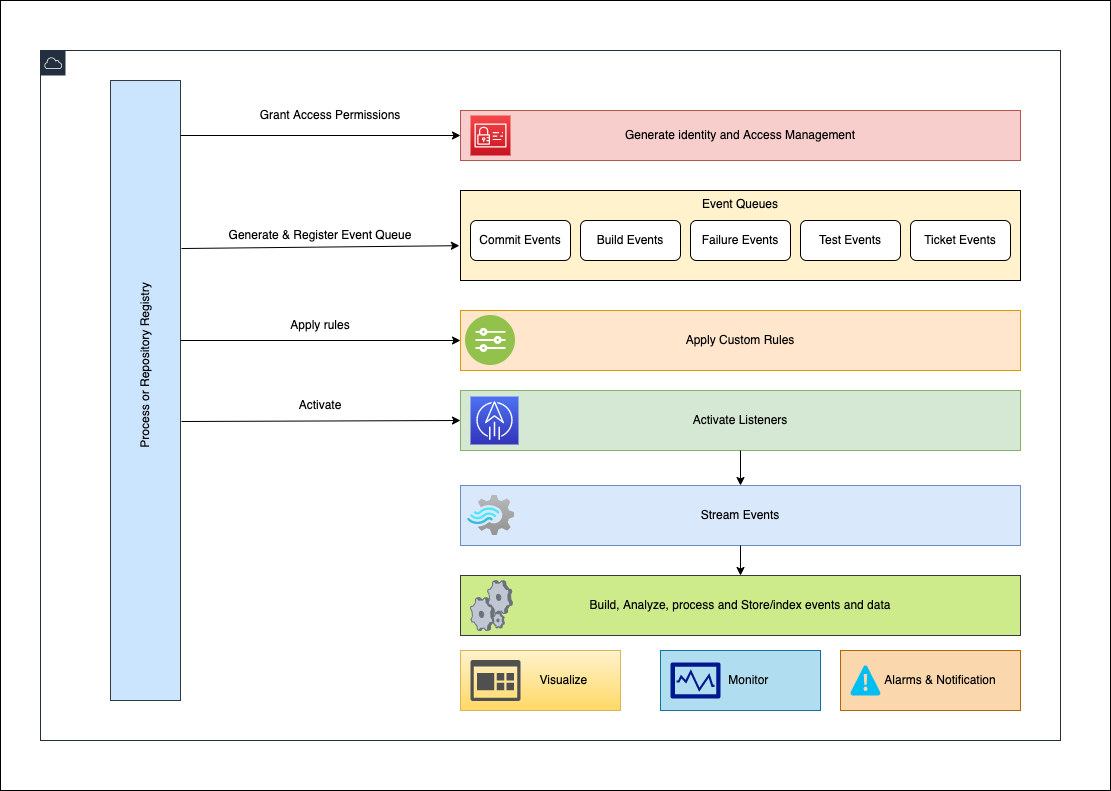
Earlier version of the draw.io export images/cqd-onboarding-v1.drawio.png (krdev654/cqd-sample-designs). Source tidied: cells renumbered, new cells last; positions are measured from the earlier drawing's top-left corner, leaving out a move shared by most shapes.
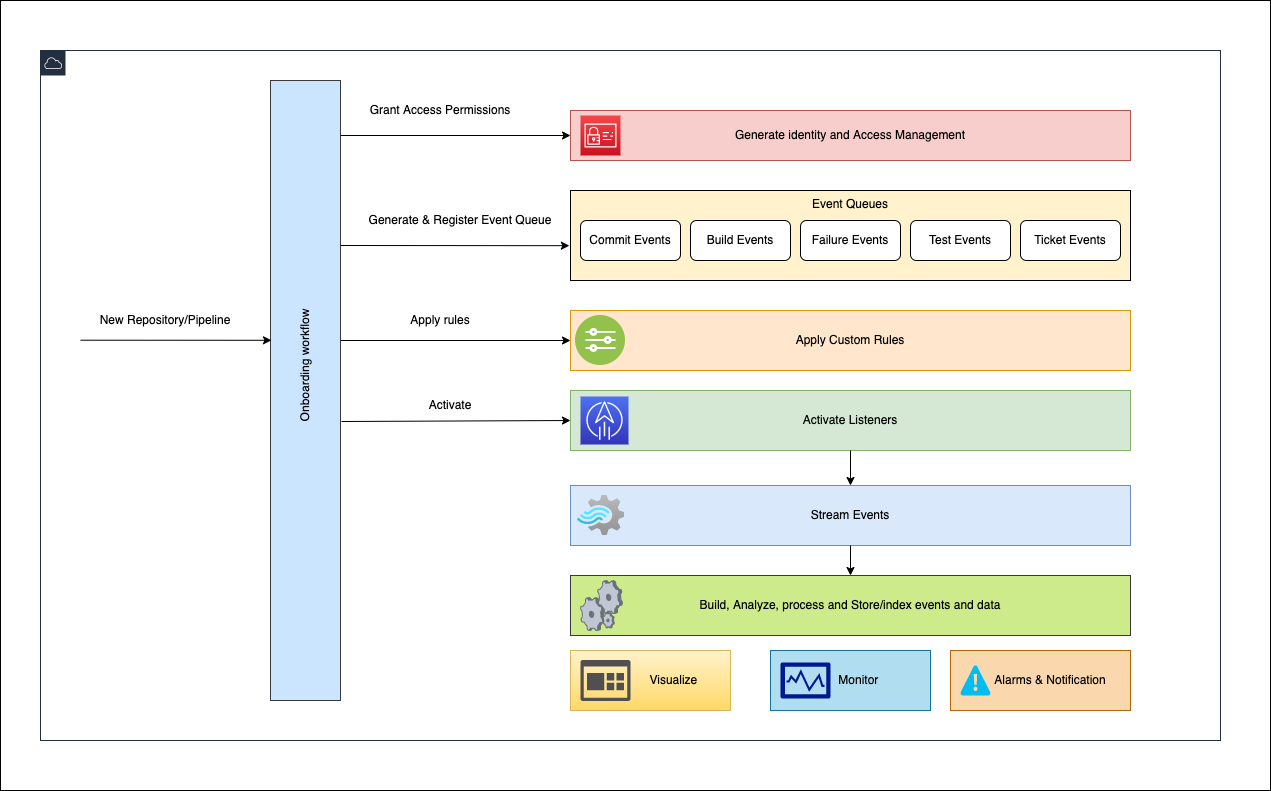
Later version of the same file.

Diff of the diagram source:
```diff
@@ -3,22 +3,22 @@
     <mxCell id="0" />
     <mxCell id="1" parent="0" />
     <mxCell id="2" style="rounded=0;whiteSpace=wrap;html=1;fontColor=#000000;strokeColor=#000000;" parent="1" vertex="1">
-      <mxGeometry width="1110" height="790" as="geometry" />
+      <mxGeometry x="-160" width="1270" height="790" as="geometry" />
     </mxCell>
     <mxCell id="3" style="gradientColor=none;html=1;whiteSpace=wrap;fontSize=12;fontStyle=0;shape=mxgraph.aws4.group;grIcon=mxgraph.aws4.group_aws_cloud;strokeColor=#232F3E;fillColor=none;verticalAlign=top;align=left;spacingLeft=30;fontColor=#232F3E;dashed=0;" parent="1" vertex="1">
-      <mxGeometry x="40" y="50" width="1020" height="690" as="geometry" />
+      <mxGeometry x="-120" y="50" width="1180" height="690" as="geometry" />
     </mxCell>
     <mxCell id="4" value="Generate &amp;amp; Register Event Queue" style="text;html=1;strokeColor=none;fillColor=none;align=center;verticalAlign=middle;whiteSpace=wrap;rounded=0;" parent="3" vertex="1">
-      <mxGeometry x="180" y="170" width="200" height="30" as="geometry" />
+      <mxGeometry x="320" y="155" width="200" height="30" as="geometry" />
     </mxCell>
     <mxCell id="5" value="Grant Access Permissions" style="text;html=1;strokeColor=none;fillColor=none;align=center;verticalAlign=middle;whiteSpace=wrap;rounded=0;fontColor=#000000;" parent="3" vertex="1">
-      <mxGeometry x="210" y="50" width="160" height="30" as="geometry" />
+      <mxGeometry x="320" y="45" width="160" height="30" as="geometry" />
     </mxCell>
     <mxCell id="6" value="Apply rules" style="text;html=1;strokeColor=none;fillColor=none;align=center;verticalAlign=middle;whiteSpace=wrap;rounded=0;" parent="3" vertex="1">
-      <mxGeometry x="180" y="260" width="200" height="30" as="geometry" />
+      <mxGeometry x="300" y="255" width="200" height="30" as="geometry" />
     </mxCell>
     <mxCell id="7" style="group;" parent="3" vertex="1">
-      <mxGeometry x="420" y="600" width="560" height="60" as="geometry" />
+      <mxGeometry x="530" y="600" width="560" height="60" as="geometry" />
     </mxCell>
     <mxCell id="8" value="&amp;nbsp; &amp;nbsp; &amp;nbsp; &amp;nbsp; &amp;nbsp; &amp;nbsp; &amp;nbsp; Visualize" style="rounded=0;whiteSpace=wrap;html=1;strokeColor=#d6b656;fillColor=#fff2cc;gradientColor=#ffd966;" parent="7" vertex="1">
       <mxGeometry width="160" height="60" as="geometry" />
@@ -39,7 +39,7 @@
       <mxGeometry x="390" y="15" width="30" height="30" as="geometry" />
     </mxCell>
     <mxCell id="14" style="group;fillColor=#cdeb8b;strokeColor=#36393d;" parent="3" vertex="1">
-      <mxGeometry x="420" y="525" width="560" height="60" as="geometry" />
+      <mxGeometry x="530" y="525" width="560" height="60" as="geometry" />
     </mxCell>
     <mxCell id="15" value="Build, Analyze, process and Store/index events and data" style="rounded=0;whiteSpace=wrap;html=1;strokeColor=#36393d;fillColor=#cdeb8b;" parent="14" vertex="1">
       <mxGeometry width="560" height="60" as="geometry" />
@@ -48,7 +48,7 @@
       <mxGeometry x="10" y="5" width="41.9" height="50" as="geometry" />
     </mxCell>
     <mxCell id="17" style="group;fillColor=#dae8fc;strokeColor=#6c8ebf;" parent="3" vertex="1">
-      <mxGeometry x="420" y="435" width="560" height="60" as="geometry" />
+      <mxGeometry x="530" y="435" width="560" height="60" as="geometry" />
     </mxCell>
     <mxCell id="18" value="Stream Events" style="rounded=0;whiteSpace=wrap;html=1;strokeColor=#6c8ebf;fillColor=#dae8fc;" parent="17" vertex="1">
       <mxGeometry width="560" height="60" as="geometry" />
@@ -57,7 +57,7 @@
       <mxGeometry x="7.1" y="10" width="46.9" height="40" as="geometry" />
     </mxCell>
     <mxCell id="20" style="group;fillColor=#f5f5f5;fontColor=#333333;strokeColor=#666666;" parent="3" vertex="1">
-      <mxGeometry x="420" y="260" width="560" height="60" as="geometry" />
+      <mxGeometry x="530" y="260" width="560" height="60" as="geometry" />
     </mxCell>
     <mxCell id="21" value="Apply Custom Rules" style="rounded=0;whiteSpace=wrap;html=1;fillColor=#ffe6cc;strokeColor=#d79b00;" parent="20" vertex="1">
       <mxGeometry width="560" height="60" as="geometry" />
@@ -66,7 +66,7 @@
       <mxGeometry x="5" y="5" width="50" height="50" as="geometry" />
     </mxCell>
     <mxCell id="23" style="group;fillColor=#f8cecc;strokeColor=#b85450;" parent="3" vertex="1">
-      <mxGeometry x="420" y="60" width="560" height="50" as="geometry" />
+      <mxGeometry x="530" y="60" width="560" height="50" as="geometry" />
     </mxCell>
     <mxCell id="24" value="Generate identity and Access Management" style="rounded=0;whiteSpace=wrap;html=1;fillColor=#f8cecc;strokeColor=#b85450;" parent="23" vertex="1">
       <mxGeometry width="560" height="50" as="geometry" />
@@ -75,7 +75,7 @@
       <mxGeometry x="10" y="5" width="40" height="40" as="geometry" />
     </mxCell>
     <mxCell id="26" style="group;fillColor=#fff2cc;strokeColor=#d6b656;" parent="3" vertex="1">
-      <mxGeometry x="420" y="140" width="560" height="90" as="geometry" />
+      <mxGeometry x="530" y="140" width="560" height="90" as="geometry" />
     </mxCell>
     <mxCell id="27" value="Event Queues" style="fillColor=none;strokeColor=#000000;verticalAlign=top;fontStyle=0;fontColor=#000000;" parent="26" vertex="1">
       <mxGeometry width="560" height="90" as="geometry" />
@@ -96,7 +96,7 @@
       <mxGeometry x="450" y="30" width="100" height="40" as="geometry" />
     </mxCell>
     <mxCell id="33" style="group;fillColor=#d5e8d4;strokeColor=#82b366;" parent="3" vertex="1">
-      <mxGeometry x="420" y="340" width="560" height="60" as="geometry" />
+      <mxGeometry x="530" y="340" width="560" height="60" as="geometry" />
     </mxCell>
     <mxCell id="34" value="Activate Listeners" style="rounded=0;whiteSpace=wrap;html=1;strokeColor=#82b366;fillColor=#d5e8d4;" parent="33" vertex="1">
       <mxGeometry width="560" height="60" as="geometry" />
@@ -105,7 +105,7 @@
       <mxGeometry x="10" y="6" width="48" height="48" as="geometry" />
     </mxCell>
     <mxCell id="36" value="Activate" style="text;html=1;strokeColor=none;fillColor=none;align=center;verticalAlign=middle;whiteSpace=wrap;rounded=0;" parent="3" vertex="1">
-      <mxGeometry x="180" y="340" width="200" height="30" as="geometry" />
+      <mxGeometry x="310" y="340" width="200" height="30" as="geometry" />
     </mxCell>
     <mxCell id="37" style="edgeStyle=orthogonalEdgeStyle;rounded=0;jettySize=auto;html=1;" parent="3" edge="1" source="34" target="18">
       <mxGeometry relative="1" as="geometry" />
@@ -113,14 +113,19 @@
     <mxCell id="38" style="edgeStyle=orthogonalEdgeStyle;rounded=0;jettySize=auto;html=1;" parent="3" edge="1" source="18" target="15">
       <mxGeometry relative="1" as="geometry" />
     </mxCell>
+    <mxCell id="45" value="New Repository/Pipeline" style="text;html=1;strokeColor=none;fillColor=none;align=center;verticalAlign=middle;whiteSpace=wrap;rounded=0;" parent="3" vertex="1">
+      <mxGeometry x="50" y="255" width="150" height="30" as="geometry" />
+    </mxCell>
     <mxCell id="39" style="rounded=0;whiteSpace=wrap;html=1;fillColor=#cce5ff;strokeColor=#36393d;" parent="1" vertex="1">
       <mxGeometry x="110" y="80" width="70" height="620" as="geometry" />
     </mxCell>
-    <mxCell id="40" value="Process or Repository Registry" style="text;html=1;strokeColor=none;fillColor=none;align=center;verticalAlign=middle;whiteSpace=wrap;rounded=0;rotation=270;" parent="1" vertex="1">
+    <mxCell id="40" value="Onboarding workflow" style="text;html=1;strokeColor=none;fillColor=none;align=center;verticalAlign=middle;whiteSpace=wrap;rounded=0;rotation=270;" parent="1" vertex="1">
       <mxGeometry x="15" y="350" width="260" height="30" as="geometry" />
     </mxCell>
-    <mxCell id="41" style="endArrow=classic;html=1;rounded=0;exitX=1.014;exitY=0.271;exitDx=0;exitDy=0;exitPerimeter=0;entryX=-0.002;entryY=0.613;entryDx=0;entryDy=0;entryPerimeter=0;" parent="1" edge="1" source="39" target="27">
-      <mxGeometry relative="1" as="geometry" />
+    <mxCell id="41" style="endArrow=classic;html=1;rounded=0;entryX=-0.002;entryY=0.613;entryDx=0;entryDy=0;entryPerimeter=0;" parent="1" edge="1" target="27">
+      <mxGeometry relative="1" as="geometry">
+        <mxPoint x="180" y="245" as="sourcePoint" />
+      </mxGeometry>
     </mxCell>
     <mxCell id="42" style="endArrow=classic;html=1;rounded=0;entryX=0;entryY=0.5;entryDx=0;entryDy=0;" parent="1" edge="1" target="24">
       <mxGeometry relative="1" as="geometry">
@@ -135,5 +140,8 @@
     <mxCell id="44" style="endArrow=classic;html=1;rounded=0;fontColor=#000000;exitX=1.014;exitY=0.55;exitDx=0;exitDy=0;exitPerimeter=0;entryX=0;entryY=0.5;entryDx=0;entryDy=0;" parent="1" edge="1" source="39" target="34">
       <mxGeometry relative="1" as="geometry" />
     </mxCell>
+    <mxCell id="46" style="endArrow=classic;html=1;rounded=0;exitX=0.063;exitY=0.43;exitDx=0;exitDy=0;exitPerimeter=0;entryX=0.014;entryY=0.419;entryDx=0;entryDy=0;entryPerimeter=0;" parent="1" edge="1" source="2" target="39">
+      <mxGeometry relative="1" as="geometry" />
+    </mxCell>
   </root>
 </mxGraphModel>
```
